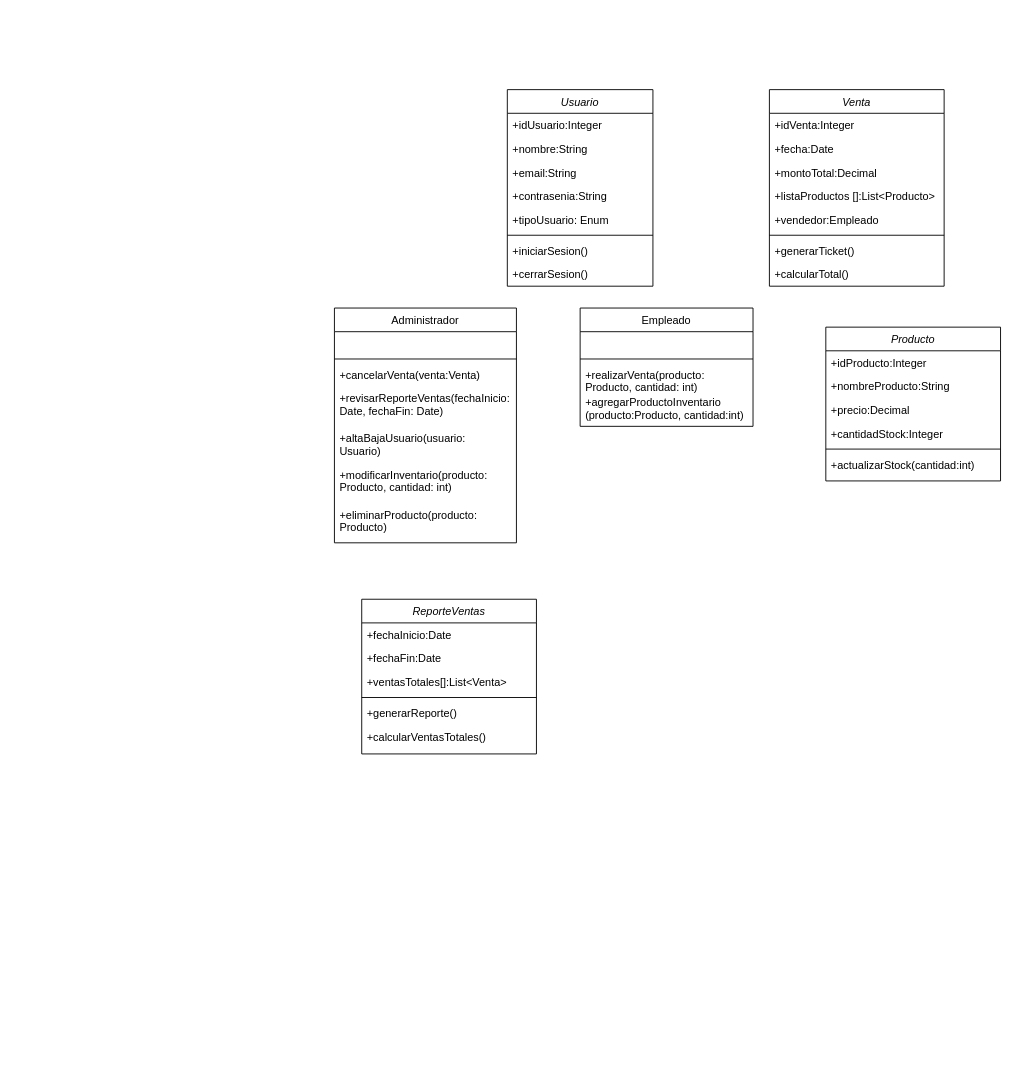
The draw.io diagram Diagrama de clase ing. soft.drawio in misiomishi/itcj, before the edit. Source tidied: cells renumbered, new cells numbered last; positions are measured from the earlier drawing's top-left corner, leaving out a move shared by most shapes. Both pictures are drawn from the tidied source at 91%, with x=0, y=0 at pixel (334, 89).
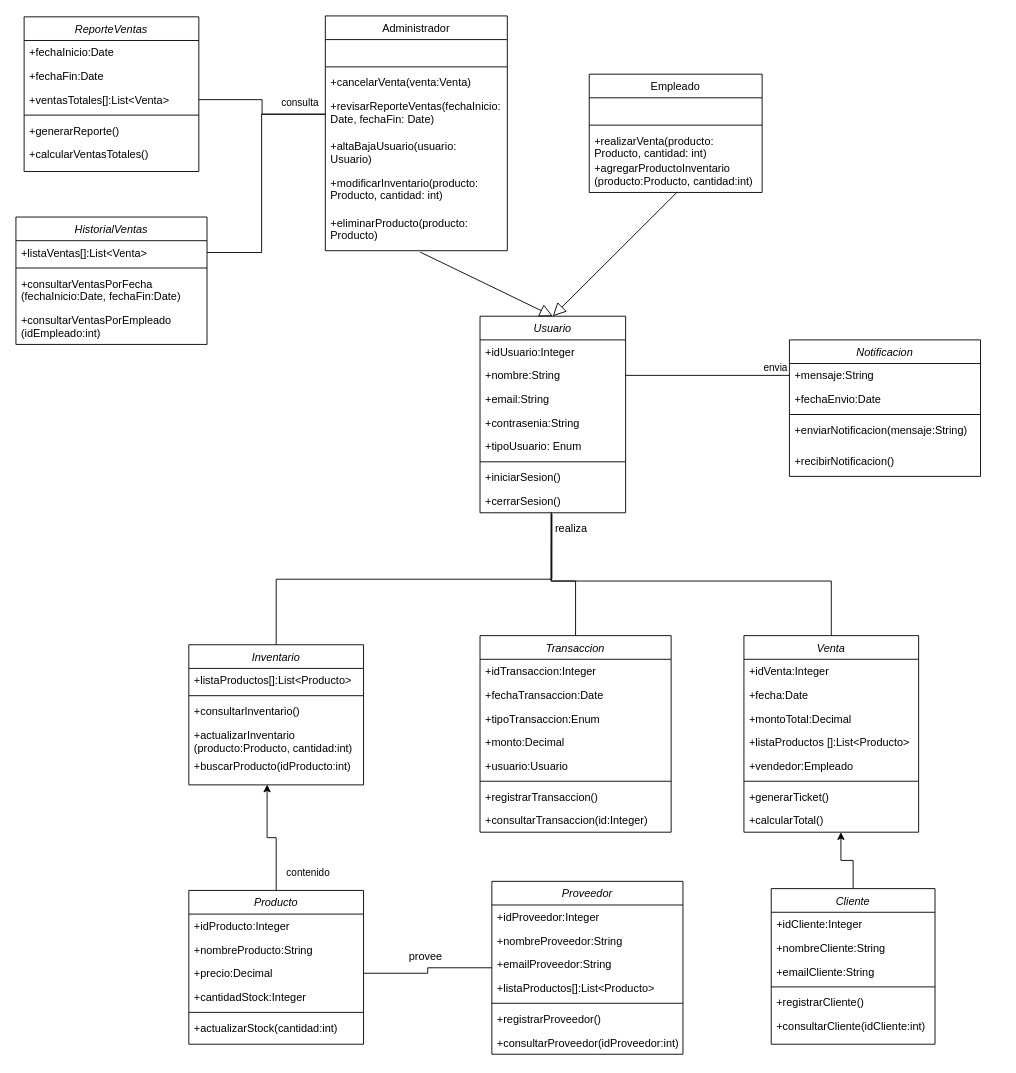
The same page after the edit.

The change refers to these unchanged cells:
```xml
<mxCell id="4" value="+nombre:String" style="text;align=left;verticalAlign=top;spacingLeft=4;spacingRight=4;overflow=hidden;points=[[0,0.5],[1,0.5]];portConstraint=eastwest;rounded=0;shadow=0;html=0;" parent="2" vertex="1">
  <mxGeometry y="52" width="160" height="26" as="geometry" />
</mxCell>
<mxCell id="10" value="+cerrarSesion()" style="text;align=left;verticalAlign=top;spacingLeft=4;spacingRight=4;overflow=hidden;points=[[0,0.5],[1,0.5]];portConstraint=eastwest;" parent="2" vertex="1">
  <mxGeometry y="190" width="160" height="26" as="geometry" />
</mxCell>
<mxCell id="15" value="+revisarReporteVentas(fechaInicio:&#10;      Date, fechaFin: Date)" style="text;align=left;verticalAlign=top;spacingLeft=4;spacingRight=4;overflow=hidden;points=[[0,0.5],[1,0.5]];portConstraint=eastwest;" parent="11" vertex="1">
  <mxGeometry y="86" width="200" height="44" as="geometry" />
</mxCell>
<mxCell id="18" value="+eliminarProducto(producto:&#10;      Producto)" style="text;align=left;verticalAlign=top;spacingLeft=4;spacingRight=4;overflow=hidden;points=[[0,0.5],[1,0.5]];portConstraint=eastwest;" parent="11" vertex="1">
  <mxGeometry y="214" width="200" height="44" as="geometry" />
</mxCell>
<mxCell id="23" value="+agregarProductoInventario&#10;(producto:Producto, cantidad:int)" style="text;align=left;verticalAlign=top;spacingLeft=4;spacingRight=4;overflow=hidden;points=[[0,0.5],[1,0.5]];portConstraint=eastwest;fontFamily=Helvetica;fontSize=12;fontColor=default;" parent="19" vertex="1">
  <mxGeometry y="90" width="190" height="40" as="geometry" />
</mxCell>
<mxCell id="32" value="+calcularTotal()" style="text;align=left;verticalAlign=top;spacingLeft=4;spacingRight=4;overflow=hidden;points=[[0,0.5],[1,0.5]];portConstraint=eastwest;" parent="24" vertex="1">
  <mxGeometry y="190" width="192" height="26" as="geometry" />
</mxCell>
<mxCell id="36" value="+precio:Decimal" style="text;align=left;verticalAlign=top;spacingLeft=4;spacingRight=4;overflow=hidden;points=[[0,0.5],[1,0.5]];portConstraint=eastwest;rounded=0;shadow=0;html=0;" parent="33" vertex="1">
  <mxGeometry y="78" width="192" height="26" as="geometry" />
</mxCell>
<mxCell id="43" value="+ventasTotales[]:List&lt;Venta&gt;" style="text;align=left;verticalAlign=top;spacingLeft=4;spacingRight=4;overflow=hidden;points=[[0,0.5],[1,0.5]];portConstraint=eastwest;rounded=0;shadow=0;html=0;" parent="40" vertex="1">
  <mxGeometry y="78" width="192" height="26" as="geometry" />
</mxCell>
```

The edit, as a diff of the source:
```diff
@@
     <mxCell id="2" value="Usuario" style="swimlane;fontStyle=2;align=center;verticalAlign=top;horizontal=1;startSize=26;rounded=0;shadow=0;strokeWidth=1;" parent="1" vertex="1">
-      <mxGeometry x="190" width="160" height="216" as="geometry" />
+      <mxGeometry x="160" y="249" width="160" height="216" as="geometry" />
     </mxCell>
@@
     <mxCell id="11" value="Administrador" style="swimlane;fontStyle=0;align=center;verticalAlign=top;horizontal=1;startSize=26;rounded=0;shadow=0;strokeWidth=1;" parent="1" vertex="1">
-      <mxGeometry y="240" width="200" height="258" as="geometry" />
+      <mxGeometry x="-10" y="-81" width="200" height="258" as="geometry" />
     </mxCell>
@@
     <mxCell id="19" value="Empleado" style="swimlane;fontStyle=0;align=center;verticalAlign=top;horizontal=1;startSize=26;rounded=0;shadow=0;strokeWidth=1;" parent="1" vertex="1">
-      <mxGeometry x="270" y="240" width="190" height="130" as="geometry" />
+      <mxGeometry x="280" y="-17" width="190" height="130" as="geometry" />
     </mxCell>
@@
     <mxCell id="24" value="Venta" style="swimlane;fontStyle=2;align=center;verticalAlign=top;horizontal=1;startSize=26;rounded=0;shadow=0;strokeWidth=1;" parent="1" vertex="1">
-      <mxGeometry x="478" width="192" height="216" as="geometry" />
+      <mxGeometry x="450" y="600" width="192" height="216" as="geometry" />
     </mxCell>
@@
     <mxCell id="33" value="Producto" style="swimlane;fontStyle=2;align=center;verticalAlign=top;horizontal=1;startSize=26;rounded=0;shadow=0;strokeWidth=1;" parent="1" vertex="1">
-      <mxGeometry x="540" y="261" width="192" height="169" as="geometry" />
+      <mxGeometry x="-160" y="880" width="192" height="169" as="geometry" />
     </mxCell>
@@
     <mxCell id="40" value="ReporteVentas" style="swimlane;fontStyle=2;align=center;verticalAlign=top;horizontal=1;startSize=26;rounded=0;shadow=0;strokeWidth=1;" parent="1" vertex="1">
-      <mxGeometry x="30" y="560" width="192" height="170" as="geometry" />
+      <mxGeometry x="-341" y="-80" width="192" height="170" as="geometry" />
     </mxCell>
@@
+    <mxCell id="47" value="Inventario" style="swimlane;fontStyle=2;align=center;verticalAlign=top;horizontal=1;startSize=26;rounded=0;shadow=0;strokeWidth=1;" parent="1" vertex="1">
+      <mxGeometry x="-160" y="610" width="192" height="154" as="geometry" />
+    </mxCell>
+    <mxCell id="48" value="+listaProductos[]:List&lt;Producto&gt;" style="text;align=left;verticalAlign=top;spacingLeft=4;spacingRight=4;overflow=hidden;" parent="47" vertex="1">
+      <mxGeometry y="26" width="192" height="26" as="geometry" />
+    </mxCell>
+    <mxCell id="49" style="line;html=1;strokeWidth=1;align=left;verticalAlign=middle;spacingTop=-1;spacingLeft=3;spacingRight=3;labelPosition=right;" parent="47" vertex="1">
+      <mxGeometry y="52" width="192" height="8" as="geometry" />
+    </mxCell>
+    <mxCell id="50" value="+consultarInventario()" style="text;align=left;verticalAlign=top;spacingLeft=4;spacingRight=4;overflow=hidden;" parent="47" vertex="1">
+      <mxGeometry y="60" width="192" height="26" as="geometry" />
+    </mxCell>
+    <mxCell id="51" value="+actualizarInventario&#10;(producto:Producto, cantidad:int)" style="text;align=left;verticalAlign=top;spacingLeft=4;spacingRight=4;overflow=hidden;" parent="47" vertex="1">
+      <mxGeometry y="86" width="192" height="34" as="geometry" />
+    </mxCell>
+    <mxCell id="52" value="+buscarProducto(idProducto:int)" style="text;align=left;verticalAlign=top;spacingLeft=4;spacingRight=4;overflow=hidden;points=[[0,0.5],[1,0.5]];portConstraint=eastwest;" parent="47" vertex="1">
+      <mxGeometry y="120" width="192" height="34" as="geometry" />
+    </mxCell>
+    <mxCell id="53" value="Cliente" style="swimlane;fontStyle=2;align=center;verticalAlign=top;horizontal=1;startSize=26;rounded=0;shadow=0;strokeWidth=1;" parent="1" vertex="1">
+      <mxGeometry x="480" y="878" width="180" height="171" as="geometry" />
+    </mxCell>
+    <mxCell id="54" value="+idCliente:Integer" style="text;align=left;verticalAlign=top;spacingLeft=4;spacingRight=4;overflow=hidden;" parent="53" vertex="1">
+      <mxGeometry y="26" width="180" height="26" as="geometry" />
+    </mxCell>
+    <mxCell id="55" value="+nombreCliente:String" style="text;align=left;verticalAlign=top;spacingLeft=4;spacingRight=4;overflow=hidden;rounded=0;shadow=0;html=0;" parent="53" vertex="1">
+      <mxGeometry y="52" width="180" height="26" as="geometry" />
+    </mxCell>
+    <mxCell id="56" value="+emailCliente:String" style="text;align=left;verticalAlign=top;spacingLeft=4;spacingRight=4;overflow=hidden;rounded=0;shadow=0;html=0;" parent="53" vertex="1">
+      <mxGeometry y="78" width="180" height="26" as="geometry" />
+    </mxCell>
+    <mxCell id="57" style="line;html=1;strokeWidth=1;align=left;verticalAlign=middle;spacingTop=-1;spacingLeft=3;spacingRight=3;labelPosition=right;" parent="53" vertex="1">
+      <mxGeometry y="104" width="180" height="8" as="geometry" />
+    </mxCell>
+    <mxCell id="58" value="+registrarCliente()" style="text;align=left;verticalAlign=top;spacingLeft=4;spacingRight=4;overflow=hidden;" parent="53" vertex="1">
+      <mxGeometry y="112" width="180" height="26" as="geometry" />
+    </mxCell>
+    <mxCell id="59" value="+consultarCliente(idCliente:int)" style="text;align=left;verticalAlign=top;spacingLeft=4;spacingRight=4;overflow=hidden;" parent="53" vertex="1">
+      <mxGeometry y="138" width="180" height="26" as="geometry" />
+    </mxCell>
+    <mxCell id="60" style="edgeStyle=orthogonalEdgeStyle;rounded=0;jettySize=auto;html=1;exitX=0;exitY=0.5;exitDx=0;exitDy=0;entryX=1;entryY=0.5;entryDx=0;entryDy=0;endArrow=none;endFill=0;" parent="1" edge="1" source="61" target="36">
+      <mxGeometry relative="1" as="geometry" />
+    </mxCell>
+    <mxCell id="61" value="Proveedor" style="swimlane;fontStyle=2;align=center;verticalAlign=top;horizontal=1;startSize=26;rounded=0;shadow=0;strokeWidth=1;" parent="1" vertex="1">
+      <mxGeometry x="173" y="870" width="210" height="190" as="geometry" />
+    </mxCell>
+    <mxCell id="62" value="+idProveedor:Integer" style="text;align=left;verticalAlign=top;spacingLeft=4;spacingRight=4;overflow=hidden;" parent="61" vertex="1">
+      <mxGeometry y="26" width="210" height="26" as="geometry" />
+    </mxCell>
+    <mxCell id="63" value="+nombreProveedor:String" style="text;align=left;verticalAlign=top;spacingLeft=4;spacingRight=4;overflow=hidden;rounded=0;shadow=0;html=0;" parent="61" vertex="1">
+      <mxGeometry y="52" width="210" height="26" as="geometry" />
+    </mxCell>
+    <mxCell id="64" value="+emailProveedor:String" style="text;align=left;verticalAlign=top;spacingLeft=4;spacingRight=4;overflow=hidden;rounded=0;shadow=0;html=0;" parent="61" vertex="1">
+      <mxGeometry y="78" width="210" height="26" as="geometry" />
+    </mxCell>
+    <mxCell id="65" value="+listaProductos[]:List&lt;Producto&gt;" style="text;align=left;verticalAlign=top;spacingLeft=4;spacingRight=4;overflow=hidden;rounded=0;shadow=0;html=0;" parent="61" vertex="1">
+      <mxGeometry y="104" width="210" height="26" as="geometry" />
+    </mxCell>
+    <mxCell id="66" style="line;html=1;strokeWidth=1;align=left;verticalAlign=middle;spacingTop=-1;spacingLeft=3;spacingRight=3;labelPosition=right;" parent="61" vertex="1">
+      <mxGeometry y="130" width="210" height="8" as="geometry" />
+    </mxCell>
+    <mxCell id="67" value="+registrarProveedor()" style="text;align=left;verticalAlign=top;spacingLeft=4;spacingRight=4;overflow=hidden;" parent="61" vertex="1">
+      <mxGeometry y="138" width="210" height="26" as="geometry" />
+    </mxCell>
+    <mxCell id="68" value="+consultarProveedor(idProveedor:int)" style="text;align=left;verticalAlign=top;spacingLeft=4;spacingRight=4;overflow=hidden;" parent="61" vertex="1">
+      <mxGeometry y="164" width="210" height="26" as="geometry" />
+    </mxCell>
+    <mxCell id="69" value="Transaccion" style="swimlane;fontStyle=2;align=center;verticalAlign=top;horizontal=1;startSize=26;rounded=0;shadow=0;strokeWidth=1;" parent="1" vertex="1">
+      <mxGeometry x="160" y="600" width="210" height="216" as="geometry" />
+    </mxCell>
+    <mxCell id="70" value="+idTransaccion:Integer" style="text;align=left;verticalAlign=top;spacingLeft=4;spacingRight=4;overflow=hidden;" parent="69" vertex="1">
+      <mxGeometry y="26" width="210" height="26" as="geometry" />
+    </mxCell>
+    <mxCell id="71" value="+fechaTransaccion:Date" style="text;align=left;verticalAlign=top;spacingLeft=4;spacingRight=4;overflow=hidden;rounded=0;shadow=0;html=0;" parent="69" vertex="1">
+      <mxGeometry y="52" width="210" height="26" as="geometry" />
+    </mxCell>
+    <mxCell id="72" value="+tipoTransaccion:Enum" style="text;align=left;verticalAlign=top;spacingLeft=4;spacingRight=4;overflow=hidden;rounded=0;shadow=0;html=0;" parent="69" vertex="1">
+      <mxGeometry y="78" width="210" height="26" as="geometry" />
+    </mxCell>
+    <mxCell id="73" value="+monto:Decimal" style="text;align=left;verticalAlign=top;spacingLeft=4;spacingRight=4;overflow=hidden;rounded=0;shadow=0;html=0;" parent="69" vertex="1">
+      <mxGeometry y="104" width="210" height="26" as="geometry" />
+    </mxCell>
+    <mxCell id="74" value="+usuario:Usuario" style="text;align=left;verticalAlign=top;spacingLeft=4;spacingRight=4;overflow=hidden;rounded=0;shadow=0;html=0;" parent="69" vertex="1">
+      <mxGeometry y="130" width="210" height="26" as="geometry" />
+    </mxCell>
+    <mxCell id="75" style="line;html=1;strokeWidth=1;align=left;verticalAlign=middle;spacingTop=-1;spacingLeft=3;spacingRight=3;labelPosition=right;" parent="69" vertex="1">
+      <mxGeometry y="156" width="210" height="8" as="geometry" />
+    </mxCell>
+    <mxCell id="76" value="+registrarTransaccion()" style="text;align=left;verticalAlign=top;spacingLeft=4;spacingRight=4;overflow=hidden;" parent="69" vertex="1">
+      <mxGeometry y="164" width="210" height="26" as="geometry" />
+    </mxCell>
+    <mxCell id="77" value="+consultarTransaccion(id:Integer)" style="text;align=left;verticalAlign=top;spacingLeft=4;spacingRight=4;overflow=hidden;" parent="69" vertex="1">
+      <mxGeometry y="190" width="210" height="26" as="geometry" />
+    </mxCell>
+    <mxCell id="78" value="HistorialVentas" style="swimlane;fontStyle=2;align=center;verticalAlign=top;horizontal=1;startSize=26;rounded=0;shadow=0;strokeWidth=1;" parent="1" vertex="1">
+      <mxGeometry x="-350" y="140" width="210" height="140" as="geometry" />
+    </mxCell>
+    <mxCell id="79" value="+listaVentas[]:List&lt;Venta&gt;" style="text;align=left;verticalAlign=top;spacingLeft=4;spacingRight=4;overflow=hidden;points=[[0,0.5],[1,0.5]];portConstraint=eastwest;" parent="78" vertex="1">
+      <mxGeometry y="26" width="210" height="26" as="geometry" />
+    </mxCell>
+    <mxCell id="80" style="line;html=1;strokeWidth=1;align=left;verticalAlign=middle;spacingTop=-1;spacingLeft=3;spacingRight=3;labelPosition=right;" parent="78" vertex="1">
+      <mxGeometry y="52" width="210" height="8" as="geometry" />
+    </mxCell>
+    <mxCell id="81" value="+consultarVentasPorFecha&#10;(fechaInicio:Date, fechaFin:Date)" style="text;align=left;verticalAlign=top;spacingLeft=4;spacingRight=4;overflow=hidden;" parent="78" vertex="1">
+      <mxGeometry y="60" width="210" height="40" as="geometry" />
+    </mxCell>
+    <mxCell id="82" value="+consultarVentasPorEmpleado&#10;(idEmpleado:int)" style="text;align=left;verticalAlign=top;spacingLeft=4;spacingRight=4;overflow=hidden;" parent="78" vertex="1">
+      <mxGeometry y="100" width="210" height="40" as="geometry" />
+    </mxCell>
+    <mxCell id="83" value="Notificacion" style="swimlane;fontStyle=2;align=center;verticalAlign=top;horizontal=1;startSize=26;rounded=0;shadow=0;strokeWidth=1;" parent="1" vertex="1">
+      <mxGeometry x="500" y="275" width="210" height="150" as="geometry" />
+    </mxCell>
+    <mxCell id="84" value="+mensaje:String" style="text;align=left;verticalAlign=top;spacingLeft=4;spacingRight=4;overflow=hidden;points=[[0,0.5],[1,0.5]];portConstraint=eastwest;" parent="83" vertex="1">
+      <mxGeometry y="26" width="210" height="26" as="geometry" />
+    </mxCell>
+    <mxCell id="85" value="+fechaEnvio:Date" style="text;align=left;verticalAlign=top;spacingLeft=4;spacingRight=4;overflow=hidden;" parent="83" vertex="1">
+      <mxGeometry y="52" width="210" height="26" as="geometry" />
+    </mxCell>
+    <mxCell id="86" style="line;html=1;strokeWidth=1;align=left;verticalAlign=middle;spacingTop=-1;spacingLeft=3;spacingRight=3;labelPosition=right;" parent="83" vertex="1">
+      <mxGeometry y="78" width="210" height="8" as="geometry" />
+    </mxCell>
+    <mxCell id="87" value="+enviarNotificacion(mensaje:String)" style="text;align=left;verticalAlign=top;spacingLeft=4;spacingRight=4;overflow=hidden;" parent="83" vertex="1">
+      <mxGeometry y="86" width="210" height="34" as="geometry" />
+    </mxCell>
+    <mxCell id="88" value="+recibirNotificacion()" style="text;align=left;verticalAlign=top;spacingLeft=4;spacingRight=4;overflow=hidden;" parent="83" vertex="1">
+      <mxGeometry y="120" width="210" height="30" as="geometry" />
+    </mxCell>
+    <mxCell id="89" style="endArrow=block;endFill=0;endSize=12;html=1;rounded=0;exitX=0.509;exitY=0.988;exitDx=0;exitDy=0;exitPerimeter=0;entryX=0.5;entryY=0;entryDx=0;entryDy=0;" parent="1" edge="1" source="23" target="2">
+      <mxGeometry relative="1" as="geometry" />
+    </mxCell>
+    <mxCell id="90" style="endArrow=block;endFill=0;endSize=12;html=1;rounded=0;exitX=0.521;exitY=1.034;exitDx=0;exitDy=0;exitPerimeter=0;entryX=0.5;entryY=0;entryDx=0;entryDy=0;" parent="1" edge="1" source="18" target="2">
+      <mxGeometry relative="1" as="geometry" />
+    </mxCell>
+    <mxCell id="91" style="endArrow=none;html=1;edgeStyle=orthogonalEdgeStyle;rounded=0;entryX=0;entryY=0.5;entryDx=0;entryDy=0;exitX=1;exitY=0.5;exitDx=0;exitDy=0;" parent="1" edge="1" source="43" target="15">
+      <mxGeometry relative="1" as="geometry" />
+    </mxCell>
+    <mxCell id="92" value="consulta" style="edgeLabel;html=1;align=left;verticalAlign=bottom;" parent="91" vertex="1">
+      <mxGeometry x="-1" relative="1" as="geometry">
+        <mxPoint x="89" y="11" as="offset" />
+      </mxGeometry>
+    </mxCell>
+    <mxCell id="93" style="endArrow=none;html=1;edgeStyle=orthogonalEdgeStyle;rounded=0;entryX=0;entryY=0.5;entryDx=0;entryDy=0;exitX=1;exitY=0.5;exitDx=0;exitDy=0;" parent="1" edge="1" source="79" target="15">
+      <mxGeometry relative="1" as="geometry">
+        <Array as="points">
+          <mxPoint x="-80" y="179" />
+          <mxPoint x="-80" y="27" />
+        </Array>
+      </mxGeometry>
+    </mxCell>
+    <mxCell id="94" style="endArrow=none;html=1;edgeStyle=orthogonalEdgeStyle;rounded=0;exitX=1;exitY=0.5;exitDx=0;exitDy=0;entryX=0;entryY=0.5;entryDx=0;entryDy=0;" parent="1" edge="1" source="4" target="84">
+      <mxGeometry relative="1" as="geometry" />
+    </mxCell>
+    <mxCell id="95" value="envia" style="edgeLabel;html=1;align=left;verticalAlign=bottom;" parent="94" vertex="1">
+      <mxGeometry x="-1" relative="1" as="geometry">
+        <mxPoint x="150" as="offset" />
+      </mxGeometry>
+    </mxCell>
+    <mxCell id="96" style="edgeStyle=orthogonalEdgeStyle;rounded=0;jettySize=auto;html=1;exitX=0.5;exitY=0;exitDx=0;exitDy=0;entryX=0.494;entryY=1.038;entryDx=0;entryDy=0;entryPerimeter=0;endArrow=none;endFill=0;" parent="1" edge="1" source="47" target="10">
+      <mxGeometry relative="1" as="geometry">
+        <Array as="points">
+          <mxPoint x="-64" y="538" />
+          <mxPoint x="239" y="538" />
+        </Array>
+      </mxGeometry>
+    </mxCell>
+    <mxCell id="97" style="edgeStyle=orthogonalEdgeStyle;rounded=0;jettySize=auto;html=1;exitX=0.5;exitY=0;exitDx=0;exitDy=0;entryX=0.489;entryY=0.974;entryDx=0;entryDy=0;entryPerimeter=0;endArrow=none;endFill=0;" parent="1" edge="1" source="69" target="10">
+      <mxGeometry relative="1" as="geometry">
+        <Array as="points">
+          <mxPoint x="265" y="540" />
+          <mxPoint x="238" y="540" />
+        </Array>
+      </mxGeometry>
+    </mxCell>
+    <mxCell id="98" style="edgeStyle=orthogonalEdgeStyle;rounded=0;jettySize=auto;html=1;exitX=0.5;exitY=0;exitDx=0;exitDy=0;entryX=0.489;entryY=1.038;entryDx=0;entryDy=0;entryPerimeter=0;endArrow=none;endFill=0;" parent="1" edge="1" source="24" target="10">
+      <mxGeometry relative="1" as="geometry">
+        <Array as="points">
+          <mxPoint x="546" y="540" />
+          <mxPoint x="238" y="540" />
+        </Array>
+      </mxGeometry>
+    </mxCell>
+    <mxCell id="99" value="realiza" style="text;html=1;align=center;verticalAlign=middle;strokeColor=none;fillColor=none;" parent="1" vertex="1">
+      <mxGeometry x="230" y="468" width="60" height="30" as="geometry" />
+    </mxCell>
+    <mxCell id="100" value="provee" style="text;html=1;align=center;verticalAlign=middle;strokeColor=none;fillColor=none;" parent="1" vertex="1">
+      <mxGeometry x="70" y="938" width="60" height="30" as="geometry" />
+    </mxCell>
+    <mxCell id="101" style="edgeStyle=orthogonalEdgeStyle;rounded=0;jettySize=auto;html=1;exitX=0.5;exitY=0;exitDx=0;exitDy=0;entryX=0.448;entryY=0.99;entryDx=0;entryDy=0;entryPerimeter=0;" parent="1" edge="1" source="33" target="52">
+      <mxGeometry relative="1" as="geometry" />
+    </mxCell>
+    <mxCell id="102" value="contenido" style="edgeLabel;html=1;align=center;verticalAlign=middle;" parent="101" vertex="1">
+      <mxGeometry x="-0.48" y="-6" relative="1" as="geometry">
+        <mxPoint x="28" y="13" as="offset" />
+      </mxGeometry>
+    </mxCell>
+    <mxCell id="103" style="edgeStyle=orthogonalEdgeStyle;rounded=0;jettySize=auto;html=1;exitX=0.5;exitY=0;exitDx=0;exitDy=0;entryX=0.555;entryY=1;entryDx=0;entryDy=0;entryPerimeter=0;" parent="1" edge="1" source="53" target="32">
+      <mxGeometry relative="1" as="geometry" />
+    </mxCell>
```
